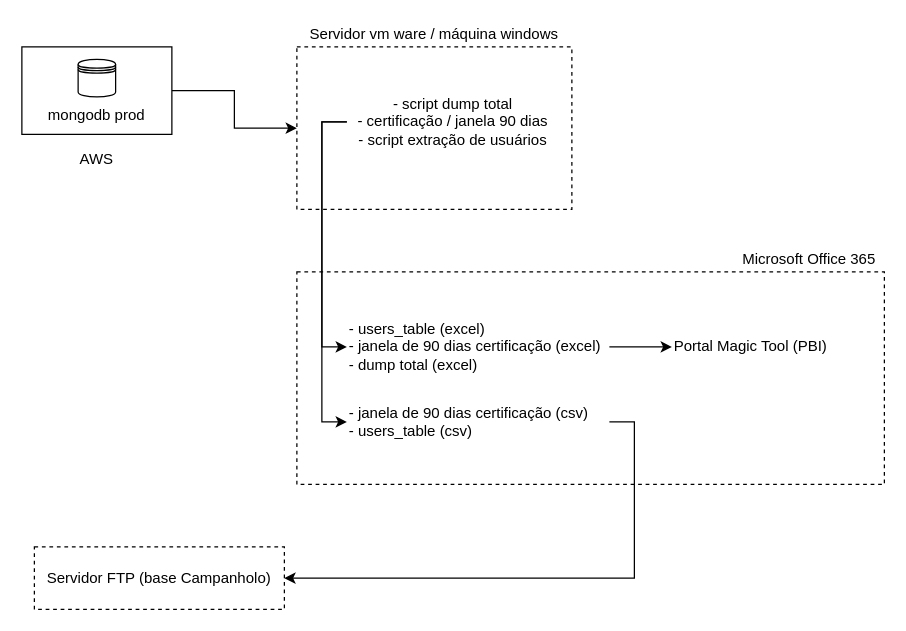
Earlier version of the draw.io diagram Fluxo Dump Dados Magic Tool.drawio (gsfreitas/magic_tool). Source tidied: cells renumbered, new cells numbered last; positions are measured from the earlier drawing's top-left corner, leaving out a move shared by most shapes. Both pictures are drawn from the tidied source at 125%, with x=0, y=0 at pixel (21, 21).
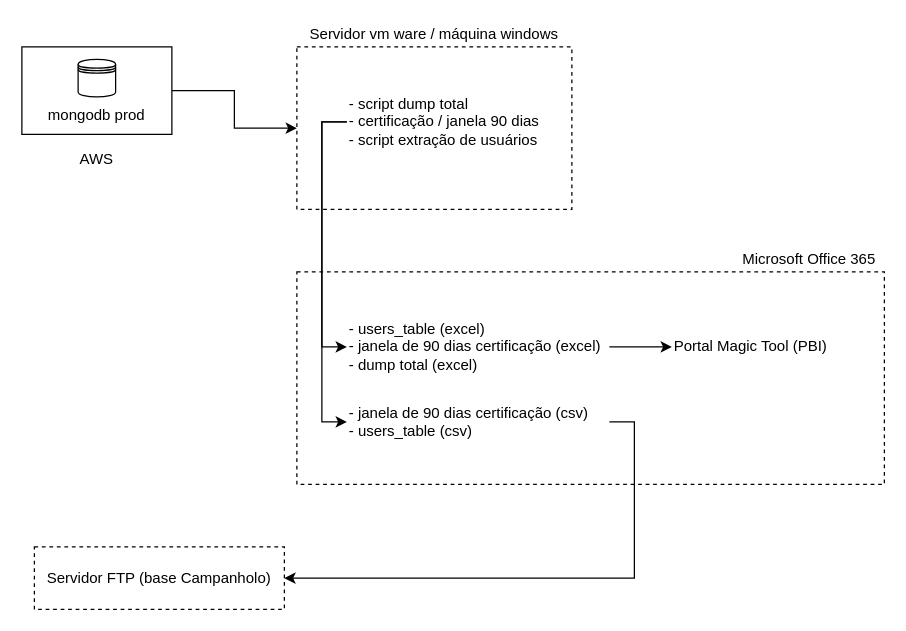
The same page after the edit.

Change to the diagram source:
```diff
@@
-    <mxCell id="12" value="- script dump total&lt;br&gt;- certificação / janela 90 dias&lt;br&gt;- script extração de usuários" style="text;html=1;strokeColor=none;fillColor=none;align=center;verticalAlign=middle;whiteSpace=wrap;rounded=0;" parent="1" vertex="1">
+    <mxCell id="12" value="- script dump total&lt;br&gt;- certificação / janela 90 dias&lt;br&gt;- script extração de usuários" style="text;html=1;strokeColor=none;fillColor=none;align=left;verticalAlign=middle;whiteSpace=wrap;rounded=0;" parent="1" vertex="1">
       <mxGeometry x="260" y="60" width="170" height="40" as="geometry" />
     </mxCell>
@@
+    <mxCell id="20" style="edgeStyle=orthogonalEdgeStyle;rounded=0;orthogonalLoop=1;jettySize=auto;html=1;exitX=0.5;exitY=1;exitDx=0;exitDy=0;" parent="1" edge="1" source="12" target="12">
+      <mxGeometry relative="1" as="geometry" />
+    </mxCell>
```
